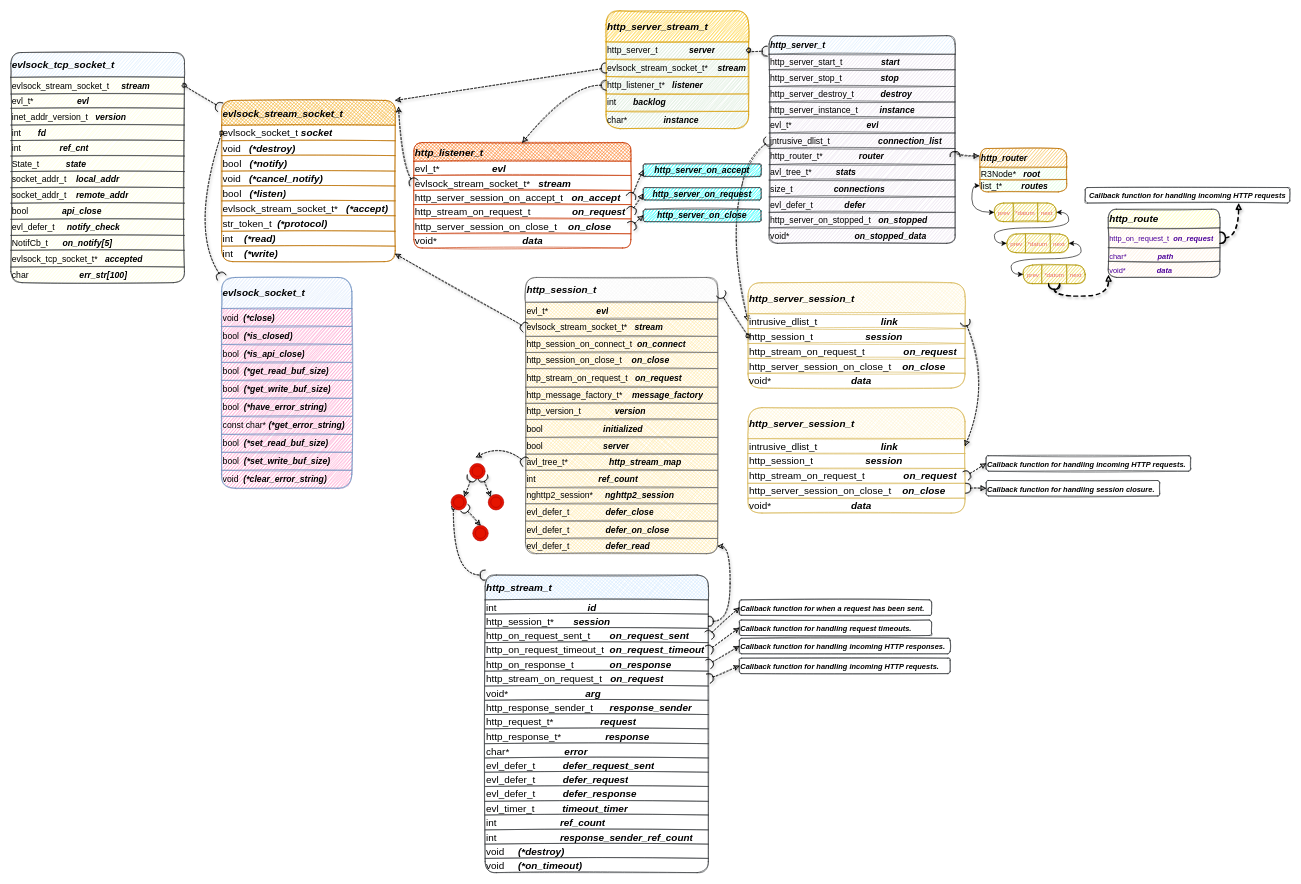
Before: http_server.drawio in SunLucc/Test, a draw.io diagram. Source tidied: cells renumbered, new cells numbered last; positions are measured from the earlier drawing's top-left corner, leaving out a move shared by most shapes. Both pictures are drawn from the tidied source at 62%, with x=0, y=0 at pixel (11, 11).
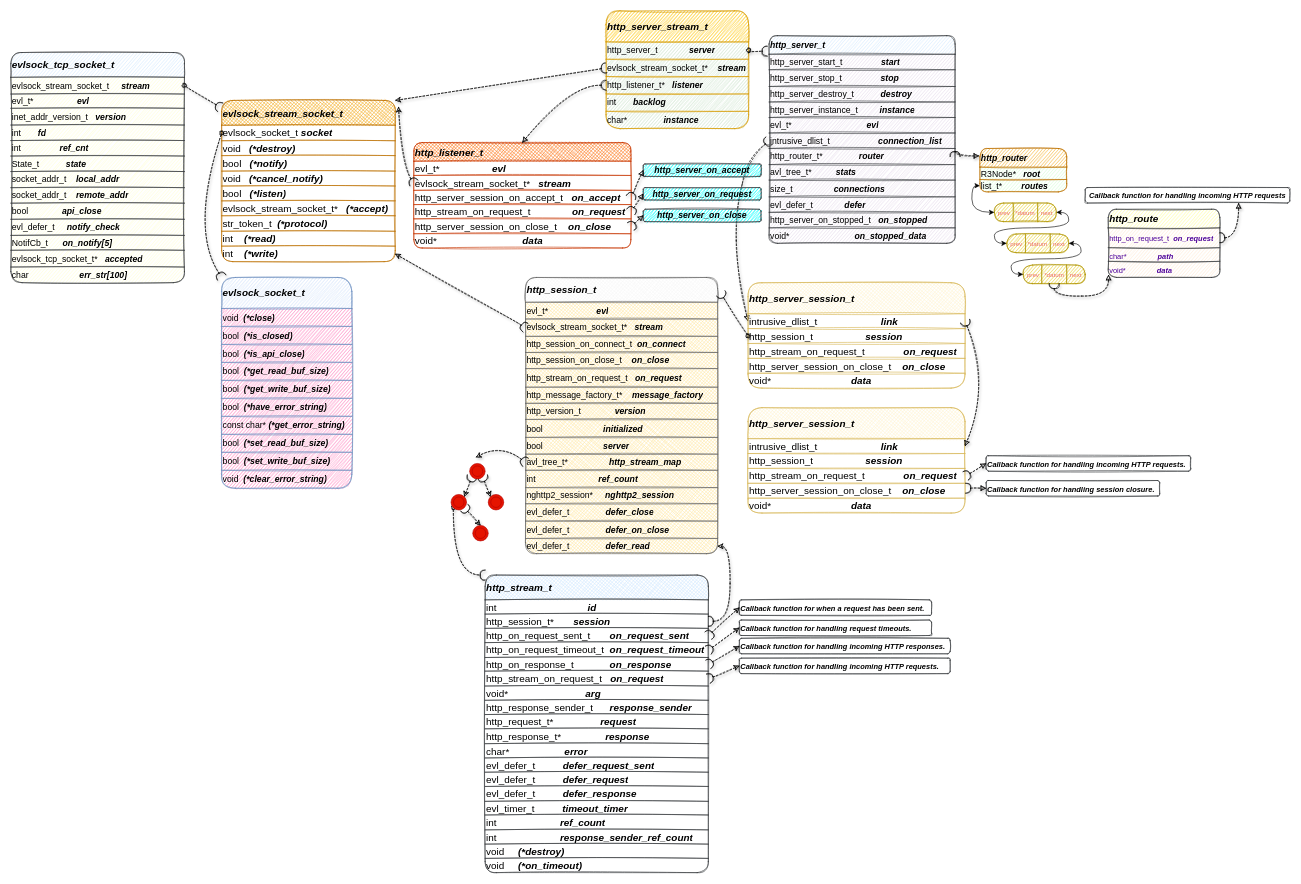
The same diagram, later.

Unchanged cells that the change refers to:
```xml
<mxCell id="18" value="&lt;font color=&quot;#ea6b66&quot; style=&quot;font-size: 10px;&quot;&gt;*datum&lt;/font&gt;" style="shape=process;whiteSpace=wrap;html=1;backgroundOutline=1;rounded=1;shadow=0;dashed=0;labelBackgroundColor=none;sketch=1;fillStyle=auto;strokeColor=#B09500;fontFamily=Helvetica;fontSize=14;fontColor=#000000;fillColor=#e3c800;arcSize=50;size=0.3;" parent="17" vertex="1">
  <mxGeometry width="100" height="30" as="geometry" />
</mxCell>
<mxCell id="25" style="shape=tableRow;horizontal=0;startSize=0;swimlaneHead=0;swimlaneBody=0;top=0;left=0;bottom=0;right=0;fillColor=none;points=[[0,0.5],[1,0.5]];portConstraint=eastwest;rounded=1;shadow=0;dashed=0;labelBackgroundColor=none;sketch=0;fillStyle=cross-hatch;strokeColor=#ffffff;fontFamily=Helvetica;fontSize=16;fontColor=#4C0099;html=1;" parent="24" vertex="1">
  <mxGeometry y="30" width="180" height="32" as="geometry" />
</mxCell>
<mxCell id="29" style="shape=tableRow;horizontal=0;startSize=0;swimlaneHead=0;swimlaneBody=0;top=0;left=0;bottom=0;right=0;fillColor=none;points=[[0,0.5],[1,0.5]];portConstraint=eastwest;rounded=1;shadow=0;dashed=0;labelBackgroundColor=none;sketch=0;fillStyle=cross-hatch;strokeColor=#ffffff;fontFamily=Helvetica;fontSize=16;fontColor=#4C0099;html=1;" parent="24" vertex="1">
  <mxGeometry y="84" width="180" height="26" as="geometry" />
</mxCell>
<mxCell id="32" value="&lt;i&gt;&lt;b&gt;Callback function for handling incoming HTTP requests&lt;/b&gt;&lt;/i&gt;" style="text;whiteSpace=wrap;html=1;fontSize=12;fontFamily=Helvetica;align=center;fillColor=default;strokeColor=#36393d;sketch=1;glass=0;rounded=1;fillStyle=cross-hatch;" parent="1" vertex="1">
  <mxGeometry x="1732.8" y="285" width="330" height="25" as="geometry" />
</mxCell>
```

Change to the diagram source:
```diff
@@
-    <mxCell id="31" style="edgeStyle=elbowEdgeStyle;curved=1;sketch=1;jettySize=auto;elbow=vertical;html=1;exitX=0.5;exitY=1;exitDx=0;exitDy=0;entryX=0.003;entryY=0.838;entryDx=0;entryDy=0;shadow=1;dashed=1;strokeColor=#000000;strokeWidth=2;fontFamily=Helvetica;fontSize=12;fontColor=#4C0099;startArrow=halfCircle;startFill=0;endArrow=block;endFill=1;entryPerimeter=0;" parent="1" edge="1" source="18" target="29">
+    <mxCell id="31" style="edgeStyle=elbowEdgeStyle;curved=1;sketch=1;jettySize=auto;elbow=vertical;html=1;exitX=0.5;exitY=1;exitDx=0;exitDy=0;entryX=0.003;entryY=0.838;entryDx=0;entryDy=0;shadow=1;dashed=1;strokeColor=#000000;strokeWidth=1;fontFamily=Helvetica;fontSize=12;fontColor=#4C0099;startArrow=halfCircle;startFill=0;endArrow=block;endFill=1;entryPerimeter=0;" parent="1" edge="1" source="18" target="29">
       <mxGeometry relative="1" as="geometry">
         <Array as="points">
           <mxPoint x="1730" y="460" />
         </Array>
       </mxGeometry>
     </mxCell>
@@
-    <mxCell id="33" style="edgeStyle=elbowEdgeStyle;curved=1;sketch=1;jettySize=auto;elbow=vertical;html=1;exitX=1;exitY=0.5;exitDx=0;exitDy=0;entryX=0.75;entryY=1;entryDx=0;entryDy=0;shadow=1;dashed=1;strokeColor=#000000;strokeWidth=2;fontFamily=Helvetica;fontSize=12;fontColor=#4C0099;startArrow=halfCircle;startFill=0;endArrow=block;endFill=1;" parent="1" edge="1" source="25" target="32">
+    <mxCell id="33" style="edgeStyle=elbowEdgeStyle;curved=1;sketch=1;jettySize=auto;elbow=vertical;html=1;exitX=1;exitY=0.5;exitDx=0;exitDy=0;entryX=0.75;entryY=1;entryDx=0;entryDy=0;shadow=1;dashed=1;strokeColor=#000000;strokeWidth=1;fontFamily=Helvetica;fontSize=12;fontColor=#4C0099;startArrow=halfCircle;startFill=0;endArrow=block;endFill=1;" parent="1" edge="1" source="25" target="32">
       <mxGeometry relative="1" as="geometry">
         <Array as="points">
           <mxPoint x="1980" y="366" />
         </Array>
       </mxGeometry>
     </mxCell>
```
